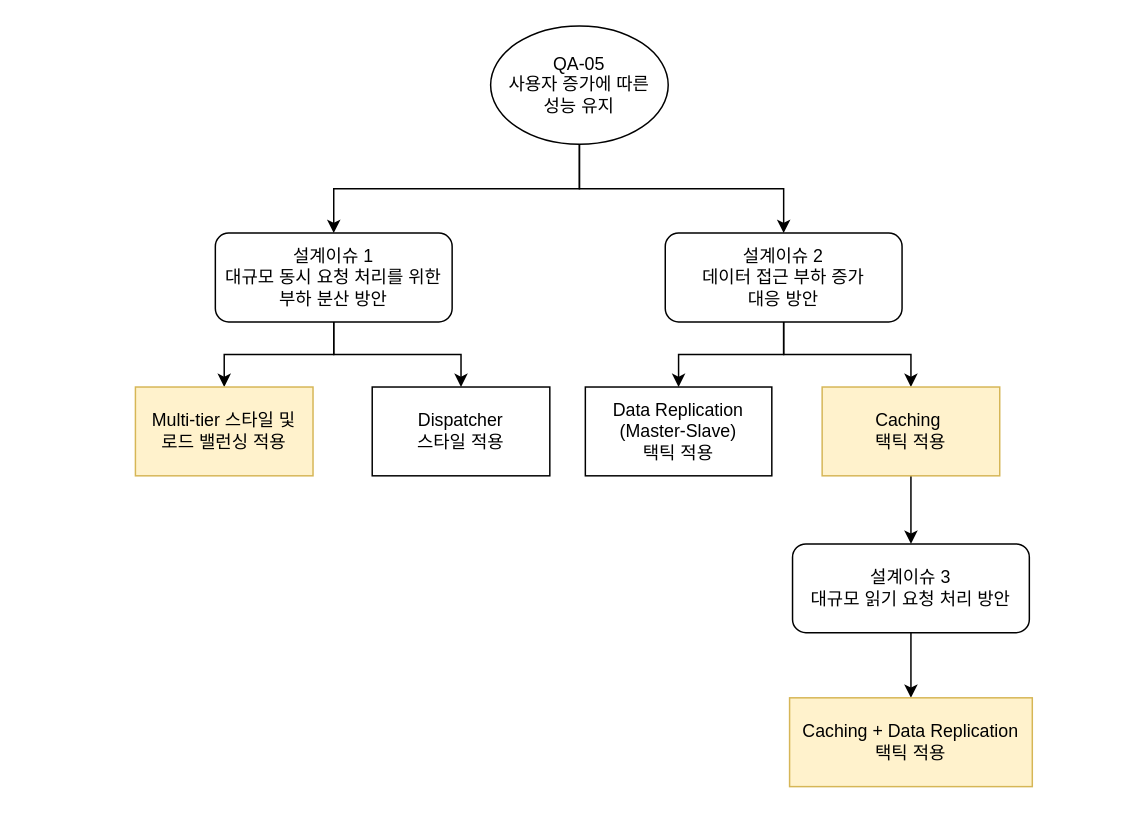
Above: page "DD-03" (3 of 4) of QualityDrivenArchitecturalDesign.drawio in GeniusHoon/AssociateArchitect (draw.io), before the change. Source tidied: cells renumbered, new cells numbered last; positions are measured from the earlier drawing's top-left corner, leaving out a move shared by most shapes. Both pictures are drawn from the tidied source at 148%, with x=0, y=0 at pixel (135, 25).
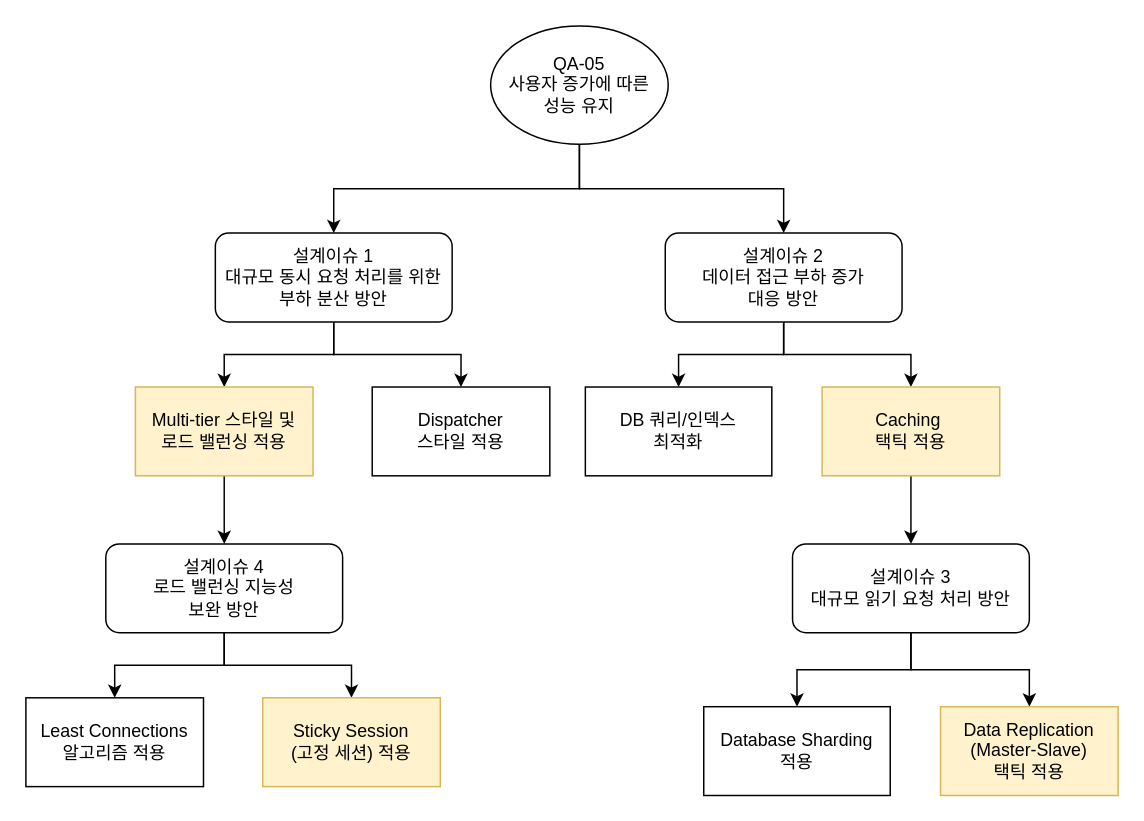
The same page after the edit.

Unchanged cells that the change refers to:
```xml
<mxCell id="8" value="Multi-tier 스타일 및&lt;div&gt;로드 밸런싱 적용&lt;/div&gt;" style="rounded=0;whiteSpace=wrap;html=1;fillColor=#fff2cc;strokeColor=#d6b656;" parent="1" vertex="1">
  <mxGeometry y="244" width="120" height="60" as="geometry" />
</mxCell>
<mxCell id="17" value="설계이슈 3&lt;div&gt;대규모 읽기 요청 처리 방안&lt;/div&gt;" style="rounded=1;whiteSpace=wrap;html=1;" parent="1" vertex="1">
  <mxGeometry x="444" y="350" width="160" height="60" as="geometry" />
</mxCell>
```

Change to the diagram source:
```diff
@@
+    <mxCell id="19" style="edgeStyle=orthogonalEdgeStyle;rounded=0;jettySize=auto;html=1;exitX=0.5;exitY=1;exitDx=0;exitDy=0;entryX=0.5;entryY=0;entryDx=0;entryDy=0;" parent="1" edge="1" source="8" target="23">
+      <mxGeometry relative="1" as="geometry" />
+    </mxCell>
@@
-    <mxCell id="13" value="Data Replication (Master-Slave)&lt;div&gt;택틱 적용&lt;/div&gt;" style="rounded=0;whiteSpace=wrap;html=1;" parent="1" vertex="1">
+    <mxCell id="13" value="DB 쿼리/인덱스&lt;div&gt;최적화&lt;/div&gt;" style="rounded=0;whiteSpace=wrap;html=1;" parent="1" vertex="1">
       <mxGeometry x="304" y="244" width="126" height="60" as="geometry" />
     </mxCell>
@@
-    <mxCell id="16" style="edgeStyle=orthogonalEdgeStyle;rounded=0;jettySize=auto;html=1;exitX=0.5;exitY=1;exitDx=0;exitDy=0;entryX=0.5;entryY=0;entryDx=0;entryDy=0;" parent="1" edge="1" source="17" target="18">
+    <mxCell id="16" style="edgeStyle=orthogonalEdgeStyle;rounded=0;jettySize=auto;html=1;exitX=0.5;exitY=1;exitDx=0;exitDy=0;entryX=0.5;entryY=0;entryDx=0;entryDy=0;" parent="1" edge="1" source="17" target="26">
       <mxGeometry relative="1" as="geometry" />
     </mxCell>
+    <mxCell id="20" style="edgeStyle=orthogonalEdgeStyle;rounded=0;jettySize=auto;html=1;exitX=0.5;exitY=1;exitDx=0;exitDy=0;" parent="1" edge="1" source="17" target="27">
+      <mxGeometry relative="1" as="geometry" />
+    </mxCell>
@@
-    <mxCell id="18" value="&lt;div&gt;Caching + Data Replication&lt;/div&gt;&lt;div&gt;택틱 적용&lt;/div&gt;" style="rounded=0;whiteSpace=wrap;html=1;fillColor=#fff2cc;strokeColor=#d6b656;" parent="1" vertex="1">
-      <mxGeometry x="442" y="454" width="164" height="60" as="geometry" />
-    </mxCell>
+    <mxCell id="21" style="edgeStyle=orthogonalEdgeStyle;rounded=0;jettySize=auto;html=1;exitX=0.5;exitY=1;exitDx=0;exitDy=0;entryX=0.5;entryY=0;entryDx=0;entryDy=0;" parent="1" edge="1" source="23" target="24">
+      <mxGeometry relative="1" as="geometry" />
+    </mxCell>
+    <mxCell id="22" style="edgeStyle=orthogonalEdgeStyle;rounded=0;jettySize=auto;html=1;exitX=0.5;exitY=1;exitDx=0;exitDy=0;entryX=0.5;entryY=0;entryDx=0;entryDy=0;" parent="1" edge="1" source="23" target="25">
+      <mxGeometry relative="1" as="geometry" />
+    </mxCell>
+    <mxCell id="23" value="설계이슈 4&lt;div&gt;로드 밸런싱 지능성&lt;/div&gt;&lt;div&gt;보완&amp;nbsp;&lt;span style=&quot;background-color: transparent; color: light-dark(rgb(0, 0, 0), rgb(255, 255, 255));&quot;&gt;방안&lt;/span&gt;&lt;/div&gt;" style="rounded=1;whiteSpace=wrap;html=1;" parent="1" vertex="1">
+      <mxGeometry x="-20" y="350" width="160" height="60" as="geometry" />
+    </mxCell>
+    <mxCell id="24" value="Least Connections&lt;div&gt;알고리즘 적용&lt;/div&gt;" style="rounded=0;whiteSpace=wrap;html=1;" parent="1" vertex="1">
+      <mxGeometry x="-74" y="454" width="120" height="60" as="geometry" />
+    </mxCell>
+    <mxCell id="25" value="Sticky Session&lt;div&gt;(고정 세션) 적용&lt;/div&gt;" style="rounded=0;whiteSpace=wrap;html=1;fillColor=#fff2cc;strokeColor=#d6b656;" parent="1" vertex="1">
+      <mxGeometry x="86" y="454" width="120" height="60" as="geometry" />
+    </mxCell>
+    <mxCell id="26" value="Database Sharding&lt;div&gt;적용&lt;/div&gt;" style="rounded=0;whiteSpace=wrap;html=1;" parent="1" vertex="1">
+      <mxGeometry x="384" y="460" width="126" height="60" as="geometry" />
+    </mxCell>
+    <mxCell id="27" value="Data Replication (Master-Slave)&lt;div&gt;택틱 적용&lt;/div&gt;" style="rounded=0;whiteSpace=wrap;html=1;fillColor=#fff2cc;strokeColor=#d6b656;" parent="1" vertex="1">
+      <mxGeometry x="544" y="460" width="120" height="60" as="geometry" />
+    </mxCell>
```
